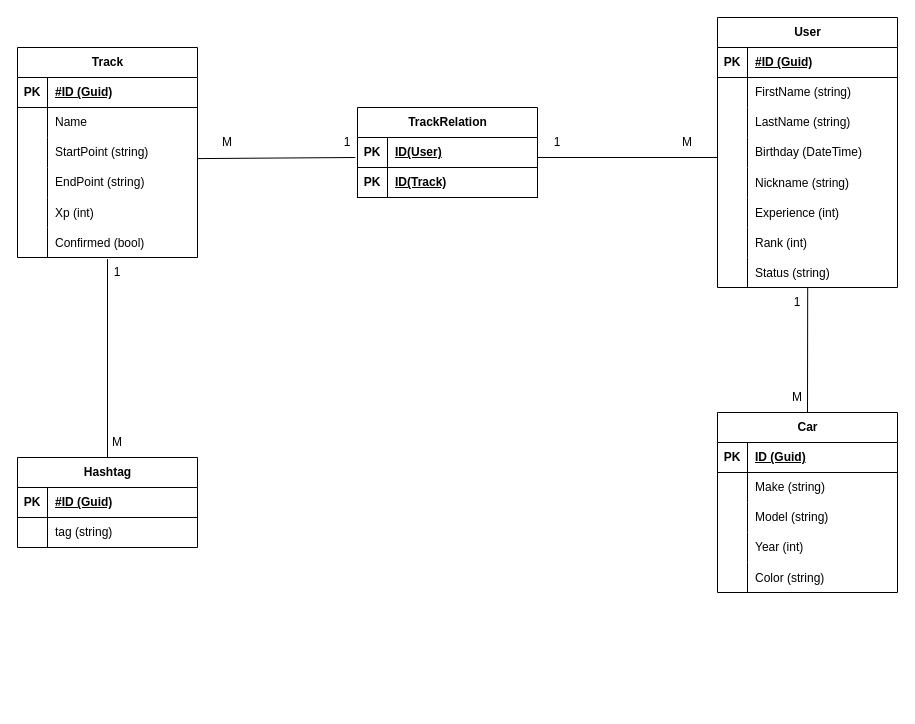
The draw.io diagram Project/diagrama .net roads.drawio in Qarty26/ASP.NET, before the edit. Source tidied: cells renumbered, new cells numbered last; positions are measured from the earlier drawing's top-left corner, leaving out a move shared by most shapes. Both pictures are drawn from the tidied source at 100%, with x=0, y=0 at pixel (17, 17).
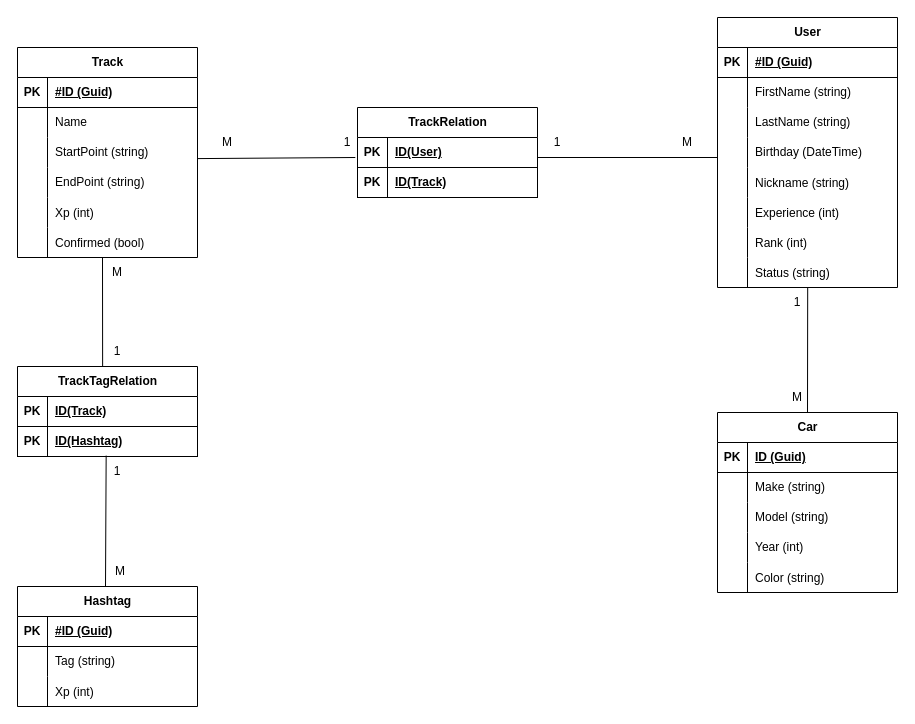
The same page after the edit.

Unchanged cells that the change refers to:
```xml
<mxCell id="43" style="shape=tableRow;horizontal=0;startSize=0;swimlaneHead=0;swimlaneBody=0;fillColor=none;points=[[0,0.5],[1,0.5]];portConstraint=eastwest;top=0;left=0;right=0;bottom=0;" parent="27" vertex="1">
  <mxGeometry y="180" width="180" height="30" as="geometry" />
</mxCell>
<mxCell id="50" style="shape=tableRow;horizontal=0;startSize=0;swimlaneHead=0;swimlaneBody=0;fillColor=none;top=0;left=0;right=0;bottom=0;" parent="46" vertex="1">
  <mxGeometry y="60" width="180" height="30" as="geometry" />
</mxCell>
```

What changed in the source:
```diff
@@
     <mxCell id="46" value="Hashtag" style="shape=table;startSize=30;childLayout=tableLayout;rowLines=0;fontStyle=1;align=center;html=1;" parent="1" vertex="1">
-      <mxGeometry y="440" width="180" height="90" as="geometry" />
+      <mxGeometry y="569" width="180" height="120" as="geometry" />
     </mxCell>
@@
-    <mxCell id="52" value="tag (string)" style="shape=partialRectangle;fillColor=none;top=0;left=0;bottom=0;right=0;align=left;spacingLeft=6;overflow=hidden;whiteSpace=wrap;html=1;" parent="50" vertex="1">
+    <mxCell id="52" value="Tag (string)" style="shape=partialRectangle;fillColor=none;top=0;left=0;bottom=0;right=0;align=left;spacingLeft=6;overflow=hidden;whiteSpace=wrap;html=1;" parent="50" vertex="1">
       <mxGeometry x="30" width="150" height="30" as="geometry" />
     </mxCell>
+    <mxCell id="88" style="shape=tableRow;horizontal=0;startSize=0;swimlaneHead=0;swimlaneBody=0;fillColor=none;top=0;left=0;right=0;bottom=0;" parent="46" vertex="1">
+      <mxGeometry y="90" width="180" height="30" as="geometry" />
+    </mxCell>
+    <mxCell id="89" style="shape=partialRectangle;fillColor=none;top=0;left=0;bottom=0;right=0;overflow=hidden;" parent="88" vertex="1">
+      <mxGeometry width="30" height="30" as="geometry" />
+    </mxCell>
+    <mxCell id="90" value="Xp (int)" style="shape=partialRectangle;fillColor=none;top=0;left=0;bottom=0;right=0;align=left;spacingLeft=6;overflow=hidden;" parent="88" vertex="1">
+      <mxGeometry x="30" width="150" height="30" as="geometry" />
+    </mxCell>
@@
-    <mxCell id="82" style="endArrow=none;html=1;rounded=0;entryX=0.5;entryY=1.053;entryDx=0;entryDy=0;entryPerimeter=0;" parent="1" edge="1" target="43">
-      <mxGeometry relative="1" as="geometry">
-        <mxPoint x="90" y="440" as="sourcePoint" />
-      </mxGeometry>
-    </mxCell>
-    <mxCell id="83" value="1" style="text;html=1;strokeColor=none;fillColor=none;align=center;verticalAlign=middle;whiteSpace=wrap;rounded=0;" parent="1" vertex="1">
-      <mxGeometry x="70" y="240" width="60" height="30" as="geometry" />
-    </mxCell>
     <mxCell id="84" value="M" style="text;html=1;strokeColor=none;fillColor=none;align=center;verticalAlign=middle;whiteSpace=wrap;rounded=0;" parent="1" vertex="1">
-      <mxGeometry x="70" y="410" width="60" height="30" as="geometry" />
+      <mxGeometry x="73" y="539" width="60" height="30" as="geometry" />
     </mxCell>
@@
+    <mxCell id="91" value="TrackTagRelation" style="shape=table;startSize=30;childLayout=tableLayout;rowLines=0;fontStyle=1;align=center;html=1;" parent="1" vertex="1">
+      <mxGeometry y="349" width="180" height="90" as="geometry" />
+    </mxCell>
+    <mxCell id="92" style="shape=tableRow;horizontal=0;startSize=0;swimlaneHead=0;swimlaneBody=0;fillColor=none;top=0;left=0;right=0;bottom=1;" parent="91" vertex="1">
+      <mxGeometry y="30" width="180" height="30" as="geometry" />
+    </mxCell>
+    <mxCell id="93" value="PK" style="shape=partialRectangle;fillColor=none;top=0;left=0;bottom=0;right=0;fontStyle=1;overflow=hidden;whiteSpace=wrap;html=1;" parent="92" vertex="1">
+      <mxGeometry width="30" height="30" as="geometry" />
+    </mxCell>
+    <mxCell id="94" value="ID(Track)" style="shape=partialRectangle;fillColor=none;top=0;left=0;bottom=0;right=0;align=left;spacingLeft=6;fontStyle=5;overflow=hidden;whiteSpace=wrap;html=1;" parent="92" vertex="1">
+      <mxGeometry x="30" width="150" height="30" as="geometry" />
+    </mxCell>
+    <mxCell id="95" style="shape=tableRow;horizontal=0;startSize=0;swimlaneHead=0;swimlaneBody=0;fillColor=none;top=0;left=0;right=0;bottom=1;" parent="91" vertex="1">
+      <mxGeometry y="60" width="180" height="30" as="geometry" />
+    </mxCell>
+    <mxCell id="96" value="PK" style="shape=partialRectangle;fillColor=none;top=0;left=0;bottom=0;right=0;fontStyle=1;overflow=hidden;whiteSpace=wrap;html=1;" parent="95" vertex="1">
+      <mxGeometry width="30" height="30" as="geometry" />
+    </mxCell>
+    <mxCell id="97" value="ID(Hashtag)" style="shape=partialRectangle;fillColor=none;top=0;left=0;bottom=0;right=0;align=left;spacingLeft=6;fontStyle=5;overflow=hidden;whiteSpace=wrap;html=1;" parent="95" vertex="1">
+      <mxGeometry x="30" width="150" height="30" as="geometry" />
+    </mxCell>
+    <mxCell id="98" value="M" style="text;html=1;strokeColor=none;fillColor=none;align=center;verticalAlign=middle;whiteSpace=wrap;rounded=0;" parent="1" vertex="1">
+      <mxGeometry x="70" y="240" width="60" height="30" as="geometry" />
+    </mxCell>
+    <mxCell id="99" style="endArrow=none;html=1;rounded=0;entryX=0.25;entryY=0;entryDx=0;entryDy=0;exitX=0.473;exitY=-0.003;exitDx=0;exitDy=0;exitPerimeter=0;" parent="1" edge="1" source="91" target="98">
+      <mxGeometry relative="1" as="geometry" />
+    </mxCell>
+    <mxCell id="100" value="1" style="text;html=1;strokeColor=none;fillColor=none;align=center;verticalAlign=middle;whiteSpace=wrap;rounded=0;" parent="1" vertex="1">
+      <mxGeometry x="70" y="319" width="60" height="30" as="geometry" />
+    </mxCell>
+    <mxCell id="101" value="1" style="text;html=1;strokeColor=none;fillColor=none;align=center;verticalAlign=middle;whiteSpace=wrap;rounded=0;" parent="1" vertex="1">
+      <mxGeometry x="70" y="439" width="60" height="30" as="geometry" />
+    </mxCell>
+    <mxCell id="102" style="endArrow=none;html=1;rounded=0;entryX=0.311;entryY=-0.03;entryDx=0;entryDy=0;exitX=0.25;exitY=1;exitDx=0;exitDy=0;entryPerimeter=0;" parent="1" edge="1" source="84" target="101">
+      <mxGeometry relative="1" as="geometry" />
+    </mxCell>
```
